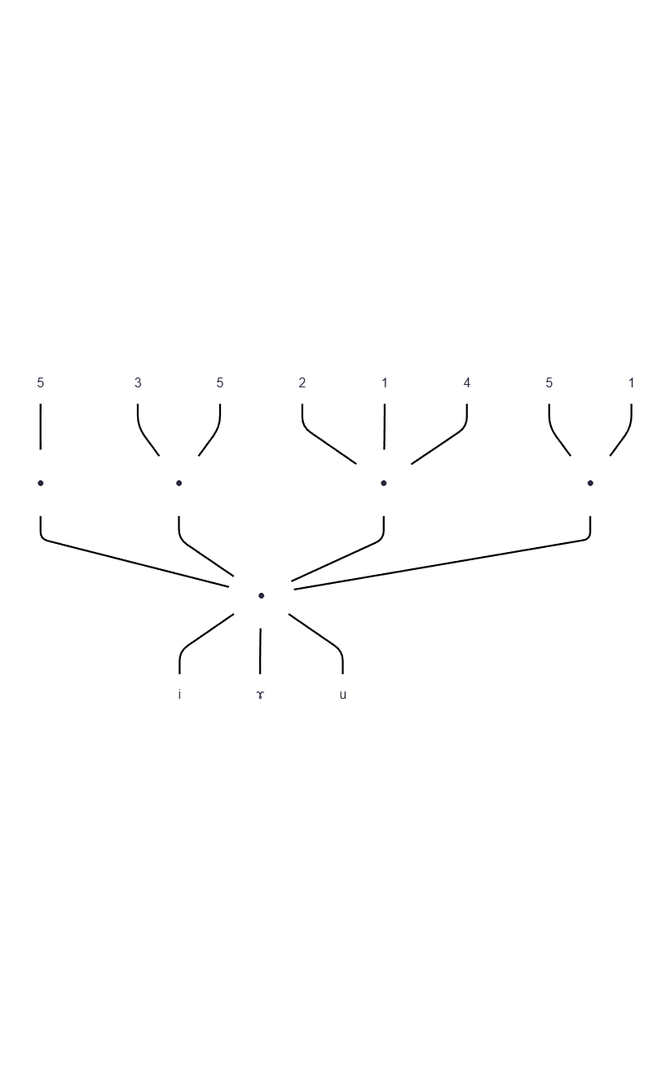
The Mermaid diagram YIME_Theory/flowchart/与质素相联结的调素_4.png in tsaanghwang/Yime-prototype, before a commit. Its source is kept beside it as YIME_Theory/flowchart/与质素相联结的调素_4.mmd.
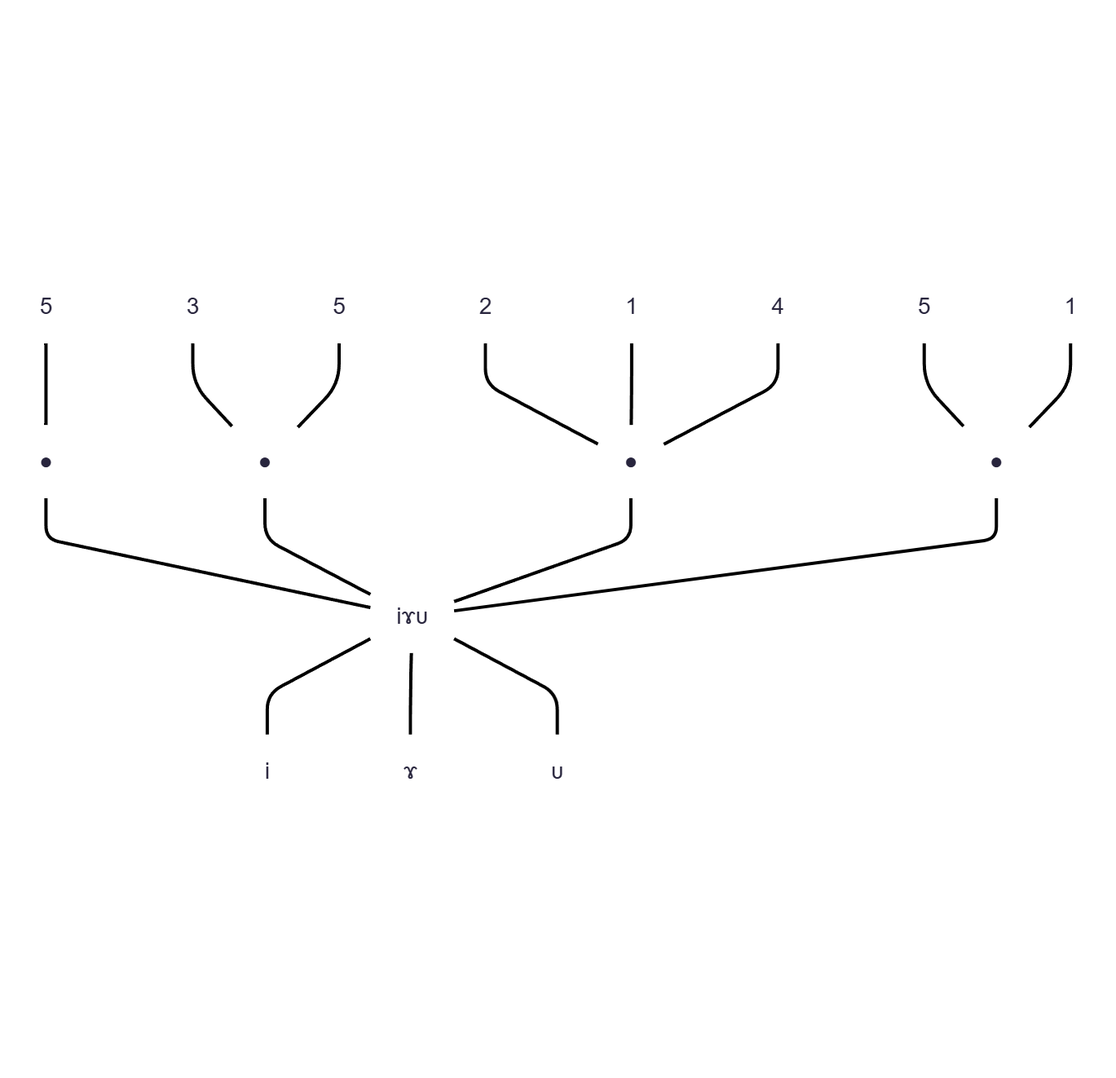
Above is the later version.

What changed in the source:
```diff
@@ -1,21 +1,21 @@
 graph BT
-I[i] --- IOU((●))
-O[ɤ] --- IOU((●))
-U[u] --- IOU((●))
+I[i] --- IOU(iɤᴜ)
+O[ɤ] --- IOU(iɤᴜ)
+U[ᴜ] --- IOU(iɤᴜ)
 
-IOU ---  B((●))
+IOU ---  B(●)
 B ---  B1[5]
 
-IOU ---  C((●))
+IOU ---  C(●)
 C ---  C1[3]
 C ---  C2[5]
 
-IOU ---  D((●))
+IOU ---  D(●)
 D ---  D1[2]
 D --- D2[1]
 D --- D3[4]
 
-IOU ---  E((●))
+IOU ---  E(●)
 E ---  E1[5]
 E --- E2[1]
 
```
